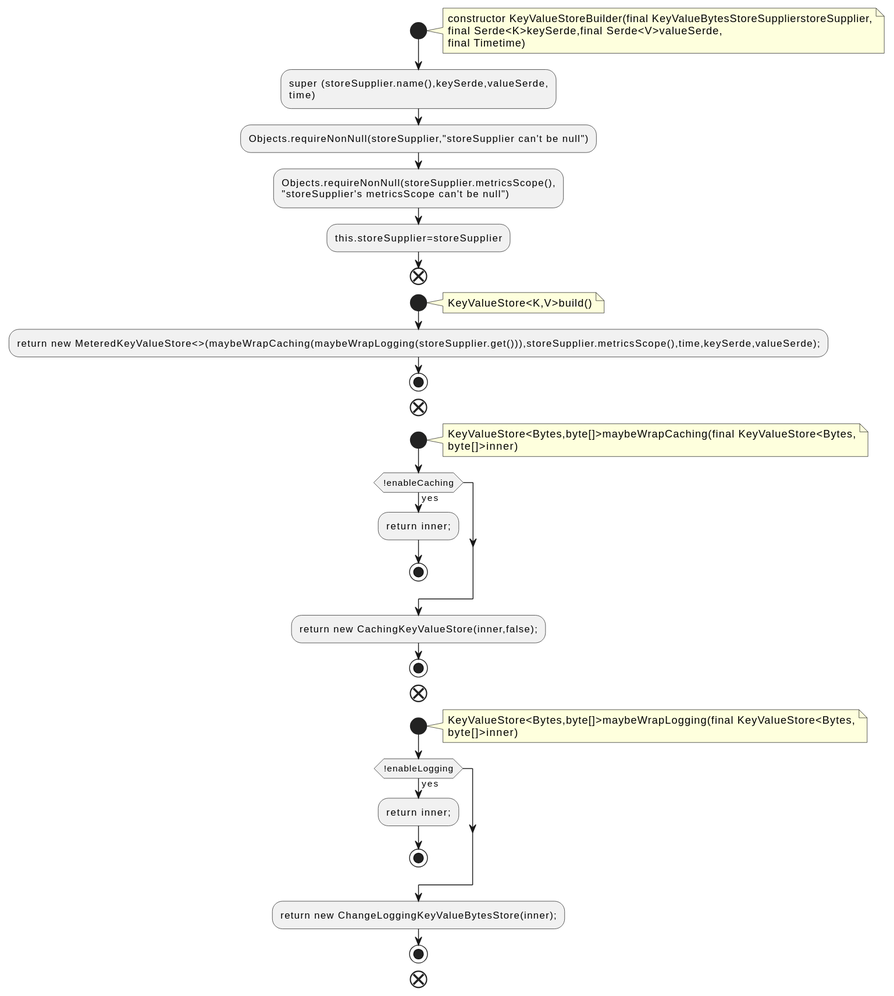
This is docs/qc/streams/src/main/java/org/apache/kafka/streams/state/internals/KeyValueStoreBuilder.java.fct.svg from qualitesys/kafka, a PlantUML export, as it was before one commit.
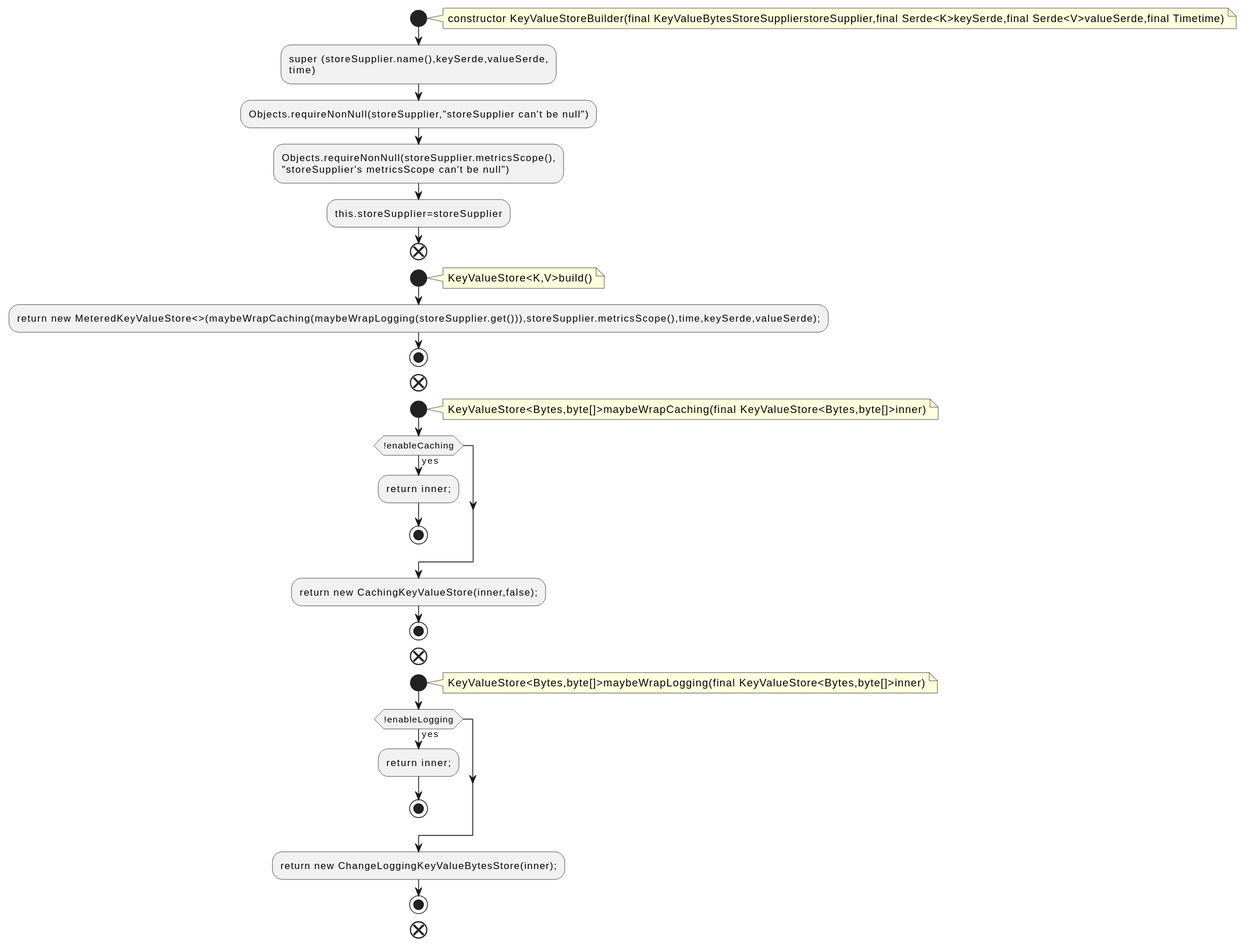
After the change.

Diff of the diagram source:
```diff
@@ -2,9 +2,7 @@
 !pragma layout smetana
 start
 note right
-constructor KeyValueStoreBuilder(final KeyValueBytesStoreSupplierstoreSupplier,
-final Serde<K>keySerde,final Serde<V>valueSerde,
-final Timetime)
+constructor KeyValueStoreBuilder(final KeyValueBytesStoreSupplierstoreSupplier,final Serde<K>keySerde,final Serde<V>valueSerde,final Timetime)
 end note
 :super (storeSupplier.name(),keySerde,valueSerde,
 time);
@@ -22,8 +20,7 @@
 end
 start
 note right
-KeyValueStore<Bytes,byte[]>maybeWrapCaching(final KeyValueStore<Bytes,
-byte[]>inner)
+KeyValueStore<Bytes,byte[]>maybeWrapCaching(final KeyValueStore<Bytes,byte[]>inner)
 end note
 if (!enableCaching) then (yes)
 :return inner;;
@@ -34,8 +31,7 @@
 end
 start
 note right
-KeyValueStore<Bytes,byte[]>maybeWrapLogging(final KeyValueStore<Bytes,
-byte[]>inner)
+KeyValueStore<Bytes,byte[]>maybeWrapLogging(final KeyValueStore<Bytes,byte[]>inner)
 end note
 if (!enableLogging) then (yes)
 :return inner;;
```
